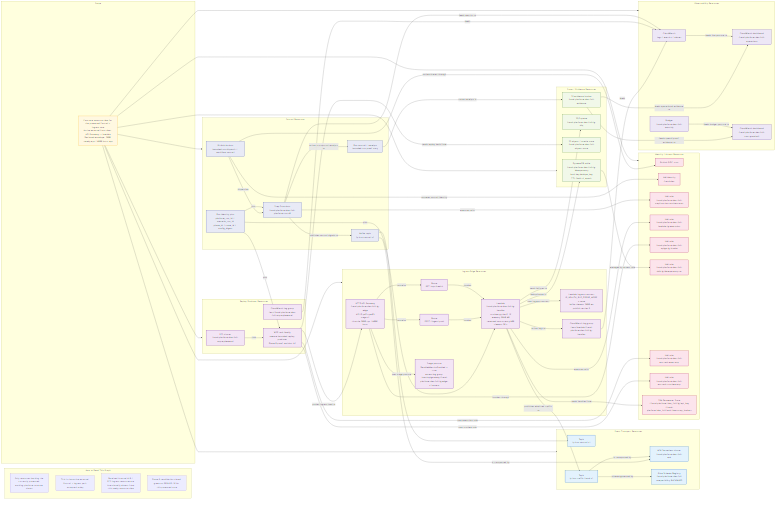
Earlier version of the Mermaid export docs/design/platform/dev_full/graph/readiness/dev_full_platform_resources_production_ready_current_v0.mermaid.png (EsosaOrumwese/fraud-detection-system). Its source is kept beside it as docs/design/platform/dev_full/graph/readiness/dev_full_platform_resources_production_ready_current_v0.mermaid.mmd.
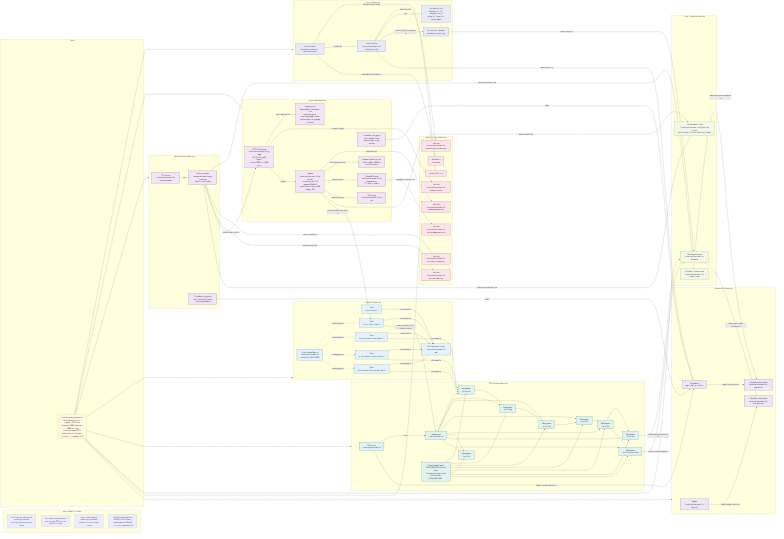
Later version of the same file.

Commit message:
Promote RTDL into the working platform

Change to the diagram source:
```diff
@@ -7,51 +7,66 @@
 
   subgraph LEGEND["How to Read This Graph"]
     L1["Only resources backing the currently promoted working-platform core are shown"]
-    L2["This is the active external Control + Ingress path accepted today"]
-    L3["Retained internal ALB / ECS ingress resources are intentionally absent from this ready-resource view"]
-    L4["Phase 0 revalidation closed green on 2026-03-10 for this promoted core"]
+    L2["The current promoted core now includes RTDL on the live EKS runtime"]
+    L3["Case + Label remains absent as a promoted plane until its own phase closes"]
+    L4["Phase 0 closed green on 2026-03-10 and Phase 1 closed green on 2026-03-11 for this promoted core"]
   end
 
   subgraph NOTE["Scope"]
-    N1["Concrete resource view for the promoted Control + Ingress core<br>Active external front door: API Gateway -> Lambda<br>Declared envelope: 3000 steady eps / 6000 burst eps"]
+    N1["Concrete resource view for the promoted Control + Ingress + RTDL core<br>Envelope: 3000 steady eps / 6000 burst eps<br>Current accepted RTDL closure control: 54 lanes / ig_push = 1 / speedup 52.9"]
   end
 
   subgraph CONTROL["Control Resources"]
     GHA["GitHub Actions<br>bounded-run dispatch / workflow control"]
     SFN["Step Functions<br>fraud-platform-dev-full-platform-run-v0"]
-    CTRLTOPIC["Kafka topic<br>fp.bus.control.v1"]
     RUNID["Run identity pins<br>platform_run_id / scenario_run_id<br>phase_id / trace_id / config_digest"]
     RUNCTL["Run control / receipts<br>bounded-run proof story"]
   end
 
   subgraph EDGE["Ingress Edge Resources"]
     HTTPAPI["HTTP API Gateway<br>fraud-platform-dev-full-ig-edge<br>API ID pd7rtjze95<br>stage v1<br>throttle 3000 rps / 6000 burst"]
-    APIRPOST["Route<br>POST /ingest/push"]
-    APIRHEALTH["Route<br>GET /ops/health"]
     APISTAGE["Stage posture<br>DetailedMetricsEnabled = true<br>access-log group /aws/apigateway/fraud-platform-dev-full-ig-edge-v1-access"]
     IGLAMBDA["Lambda<br>fraud-platform-dev-full-ig-handler<br>runtime python3.12<br>memory 2048 MB<br>reserved concurrency 600<br>timeout 30 s"]
-    IGLAMBDAENV["Lambda ingress contract<br>IG_HEALTH_BUS_PROBE_MODE = none<br>kafka timeout 5000 ms<br>publish retries 5"]
+    IGLAMBDAENV["Lambda ingress contract<br>kafka timeout 5000 ms<br>publish retries 5"]
     CWLAMBDA["CloudWatch log group<br>/aws/lambda/fraud-platform-dev-full-ig-handler"]
+    DDB["DynamoDB table<br>fraud-platform-dev-full-ig-idempotency<br>TTL field ttl_epoch"]
+    DLQ["SQS queue<br>fraud-platform-dev-full-ig-dlq"]
   end
 
   subgraph WSP["Replay Producer Resources"]
     WSPCLUSTER["ECS cluster<br>fraud-platform-dev-full-wsp-ephemeral"]
-    WSPTASK["WSP task family<br>remote bounded replay producer<br>Phase 0 proof revision :61"]
+    WSPTASK["WSP task family<br>remote bounded replay producer<br>Phase 1 proof family"]
     CWWSP["CloudWatch log group<br>/ecs/fraud-platform-dev-full-wsp-ephemeral"]
   end
 
-  subgraph TRANSPORT["Event Transport Resources"]
+  subgraph TRANSPORT["Transport Resources"]
     MSK["MSK Serverless cluster<br>fraud-platform-dev-full-msk"]
     GLUEREG["Glue Schema Registry<br>fraud-platform-dev-full<br>compatibility BACKWARD"]
     TCTRL["Topic<br>fp.bus.control.v1"]
     TTRAFFIC["Topic<br>fp.bus.traffic.fraud.v1"]
+    TCTXA["Topic<br>fp.bus.context.arrival_events.v1"]
+    TCTXE["Topic<br>fp.bus.context.arrival_entities.v1"]
+    TFLOW["Topic<br>fp.bus.context.flow_anchor.fraud.v1"]
+  end
+
+  subgraph RTDL["RTDL Runtime Resources"]
+    EKS["EKS cluster<br>fraud-platform-dev-full"]
+    NSRTDL["Namespace<br>fraud-platform-rtdl"]
+    CSFB["Deployment<br>fp-pr3-csfb"]
+    IEG["Deployment<br>fp-pr3-ieg"]
+    OFP["Deployment<br>fp-pr3-ofp"]
+    DF["Deployment<br>fp-pr3-df"]
+    DL["Deployment<br>fp-pr3-dl"]
+    AL["Deployment<br>fp-pr3-al"]
+    DLA["Deployment<br>fp-pr3-dla"]
+    ARCH["Deployment<br>fp-pr3-archive-writer"]
+    RTDLIMG["Pinned image family<br>230372904534.dkr.ecr.eu-west-2.amazonaws.com/fraud-platform-dev-full@sha256:c984..."]
   end
 
   subgraph STATE["State / Evidence Resources"]
-    DDB["DynamoDB table<br>fraud-platform-dev-full-ig-idempotency<br>hash key dedupe_key<br>TTL field ttl_epoch"]
-    DLQ["SQS queue<br>fraud-platform-dev-full-ig-dlq"]
     OBJ["S3 object / oracle store<br>fraud-platform-dev-full-object-store"]
     EVID["S3 evidence bucket<br>fraud-platform-dev-full-evidence"]
+    SSM["SSM Parameter Store<br>/fraud-platform/dev_full/ig/api_key<br>/fraud-platform/dev_full/msk/bootstrap_brokers"]
   end
 
   subgraph IDENTITY["Identity / Access Resources"]
@@ -63,7 +78,6 @@
     ROLEDDB["IAM role<br>fraud-platform-dev-full-ddb-ig-idempotency-rw"]
     ROLEWSPEXEC["IAM role<br>fraud-platform-dev-full-ecs-task-exec-wsp"]
     ROLEWSPRUN["IAM role<br>fraud-platform-dev-full-ecs-task-runtime-wsp"]
-    SSM["SSM Parameter Store<br>/fraud-platform/dev_full/ig/api_key<br>/fraud-platform/dev_full/msk/bootstrap_brokers"]
   end
 
   subgraph OBS["Observability Resources"]
@@ -77,6 +91,7 @@
   N1 --> EDGE
   N1 --> WSP
   N1 --> TRANSPORT
+  N1 --> RTDL
   N1 --> STATE
   N1 --> IDENTITY
   N1 --> OBS
@@ -85,13 +100,8 @@
   GHA -->|dispatches| SFN
   GHA -->|assumes control identity| ROLETF
   SFN -->|executes with| ROLESFN
-  SFN -->|publishes control signals to| CTRLTOPIC
-  CTRLTOPIC -->|is transported by| MSK
-  CTRLTOPIC --> TCTRL
+  SFN -->|pins| RUNID
   SFN -->|writes run-control receipts to| RUNCTL
-  RUNID -->|pins| SFN
-  RUNID -->|pins| WSPTASK
-  RUNID -->|pins| IGLAMBDA
   RUNCTL -->|stores receipts in| EVID
 
   WSPCLUSTER -->|runs| WSPTASK
@@ -99,27 +109,63 @@
   WSPTASK -->|uses runtime role| ROLEWSPRUN
   WSPTASK -->|uses execution role| ROLEWSPEXEC
   WSPTASK -->|pushes ingress load to| HTTPAPI
+  WSPTASK -->|reads active handles from| SSM
 
-  HTTPAPI -->|contains| APIRPOST
-  HTTPAPI -->|contains| APIRHEALTH
   HTTPAPI -->|uses stage posture| APISTAGE
   HTTPAPI -->|invokes through| ROLEAPIGW
-  APIRPOST -->|invokes| IGLAMBDA
-  APIRHEALTH -->|invokes| IGLAMBDA
+  HTTPAPI -->|invokes| IGLAMBDA
   IGLAMBDA -->|executes with| ROLELAMBDA
   IGLAMBDA -->|uses ingress contract| IGLAMBDAENV
   IGLAMBDA -->|deduplicates in| DDB
   IGLAMBDA -->|sends failures to| DLQ
+  IGLAMBDA -->|reads handles from| SSM
   IGLAMBDA -->|publishes admitted traffic to| TTRAFFIC
-  IGLAMBDA -->|reads handles from| SSM
-  IGLAMBDA -->|writes logs to| CWLAMBDA
+  DDB -->|managed by access role| ROLEDDB
 
-  DDB -->|managed by access role| ROLEDDB
-  TTRAFFIC -->|is transported by| MSK
-  TTRAFFIC -->|schema-governed by| GLUEREG
+  TCTRL -->|transported by| MSK
+  TTRAFFIC -->|transported by| MSK
+  TCTXA -->|transported by| MSK
+  TCTXE -->|transported by| MSK
+  TFLOW -->|transported by| MSK
+  GLUEREG -. schema-governs .-> TTRAFFIC
+  GLUEREG -. schema-governs .-> TCTXA
+  GLUEREG -. schema-governs .-> TCTXE
+  GLUEREG -. schema-governs .-> TFLOW
+
+  EKS -->|hosts| NSRTDL
+  NSRTDL --> CSFB
+  NSRTDL --> IEG
+  NSRTDL --> OFP
+  NSRTDL --> DF
+  NSRTDL --> DL
+  NSRTDL --> AL
+  NSRTDL --> DLA
+  NSRTDL --> ARCH
+  RTDLIMG --> CSFB
+  RTDLIMG --> IEG
+  RTDLIMG --> OFP
+  RTDLIMG --> DF
+  RTDLIMG --> DL
+  RTDLIMG --> AL
+  RTDLIMG --> DLA
+  RTDLIMG --> ARCH
+
+  TTRAFFIC -->|feeds promoted RTDL intake boundary| NSRTDL
+  TCTXA -->|consumed by| CSFB
+  TCTXE -->|consumed by| CSFB
+  TFLOW -->|consumed by| CSFB
+  CSFB --> IEG
+  IEG --> OFP
+  OFP --> DF
+  DF --> DL
+  DL --> DLA
+  DL --> ARCH
+  ARCH -->|stores archive evidence in| EVID
+  DLA -->|stores decision continuity in| EVID
 
   CWLAMBDA -->|feeds| CW
   CWWSP -->|feeds| CW
+  EKS -->|feeds runtime telemetry to| CW
   SFN -->|feeds metrics to| CW
   EVID -->|feeds operational evidence to| DASHOPS
   CW -->|feeds live posture to| DASHOPS
@@ -130,14 +176,16 @@
   classDef control fill:#e8eaf6,stroke:#3949ab,color:#111,stroke-width:1.3px;
   classDef ingress fill:#f3e5f5,stroke:#6a1b9a,color:#111,stroke-width:1.3px;
   classDef transport fill:#e3f2fd,stroke:#1565c0,color:#111,stroke-width:1.3px;
+  classDef rtdl fill:#e0f2f1,stroke:#00695c,color:#111,stroke-width:1.3px;
   classDef state fill:#f1f8e9,stroke:#558b2f,color:#111,stroke-width:1.3px;
   classDef ident fill:#fce4ec,stroke:#ad1457,color:#111,stroke-width:1.3px;
   classDef obs fill:#ede7f6,stroke:#5e35b1,color:#111,stroke-width:1.3px;
 
   class N1 note;
-  class GHA,SFN,CTRLTOPIC,RUNID,RUNCTL control;
-  class HTTPAPI,APIRPOST,APIRHEALTH,APISTAGE,IGLAMBDA,IGLAMBDAENV,CWLAMBDA,WSPCLUSTER,WSPTASK,CWWSP ingress;
-  class MSK,GLUEREG,TCTRL,TTRAFFIC transport;
-  class DDB,DLQ,OBJ,EVID state;
-  class OIDC,ROLETF,ROLESFN,ROLELAMBDA,ROLEAPIGW,ROLEDDB,ROLEWSPEXEC,ROLEWSPRUN,SSM ident;
+  class GHA,SFN,RUNID,RUNCTL control;
+  class HTTPAPI,APISTAGE,IGLAMBDA,IGLAMBDAENV,CWLAMBDA,DDB,DLQ,WSPCLUSTER,WSPTASK,CWWSP ingress;
+  class MSK,GLUEREG,TCTRL,TTRAFFIC,TCTXA,TCTXE,TFLOW transport;
+  class EKS,NSRTDL,CSFB,IEG,OFP,DF,DL,AL,DLA,ARCH,RTDLIMG rtdl;
+  class OBJ,EVID,SSM state;
+  class OIDC,ROLETF,ROLESFN,ROLELAMBDA,ROLEAPIGW,ROLEDDB,ROLEWSPEXEC,ROLEWSPRUN ident;
   class CW,DASHOPS,DASHCOST,BUDGET obs;
```
